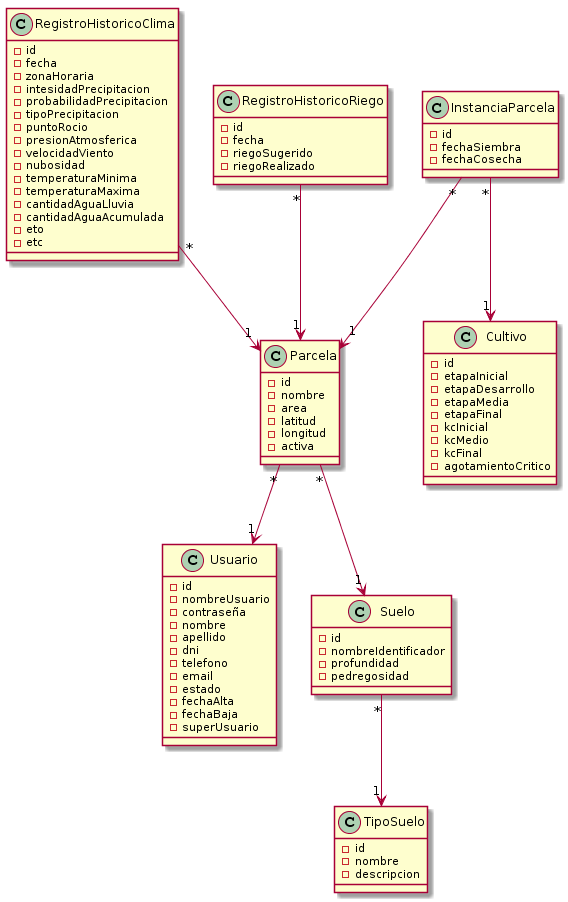
Before: Modelo de dominio/MDominio: Sistema de riego.png, a diagram exported from PlantUML (FacuDeveloper/Sistema-de-riego).
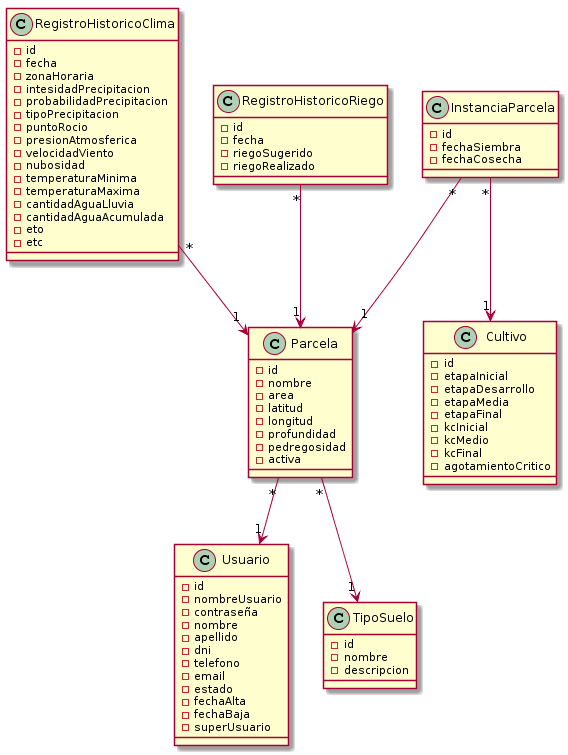
Later version of the same file.

Commit message:
Modelo de dominio modificado

What changed in the source:
```diff
@@ -1,11 +1,10 @@
 @startuml
 Parcela "*"-->"1" Usuario
-Parcela "*"-->"1" Suelo
+Parcela "*"-->"1" TipoSuelo
 RegistroHistoricoClima "*"-->"1" Parcela
 RegistroHistoricoRiego "*"-->"1" Parcela
 InstanciaParcela "*"-->"1" Parcela
 InstanciaParcela "*"-->"1" Cultivo
-Suelo "*"-->"1" TipoSuelo
 
 class Parcela {
 -id
@@ -13,14 +12,9 @@
 -area
 -latitud
 -longitud
--activa
-}
-
-class Suelo {
--id
--nombreIdentificador
 -profundidad
 -pedregosidad
+-activa
 }
 
 class Cultivo {
```
